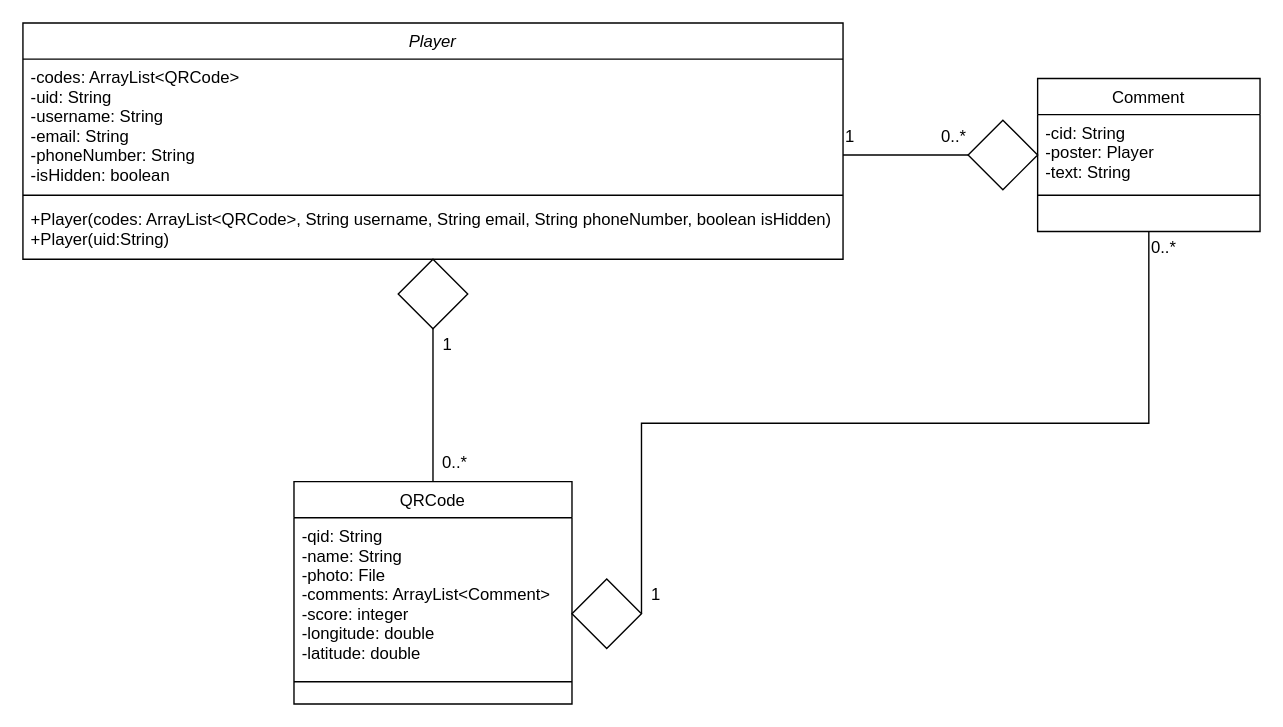
The draw.io diagram part3_temp_work/classdiagram.drawio in CMPUT301W23T18/Team18Project, before the edit. Source tidied: cells renumbered, new cells numbered last; positions are measured from the earlier drawing's top-left corner, leaving out a move shared by most shapes. Both pictures are drawn from the tidied source at 139%, with x=0, y=0 at pixel (22, 22).
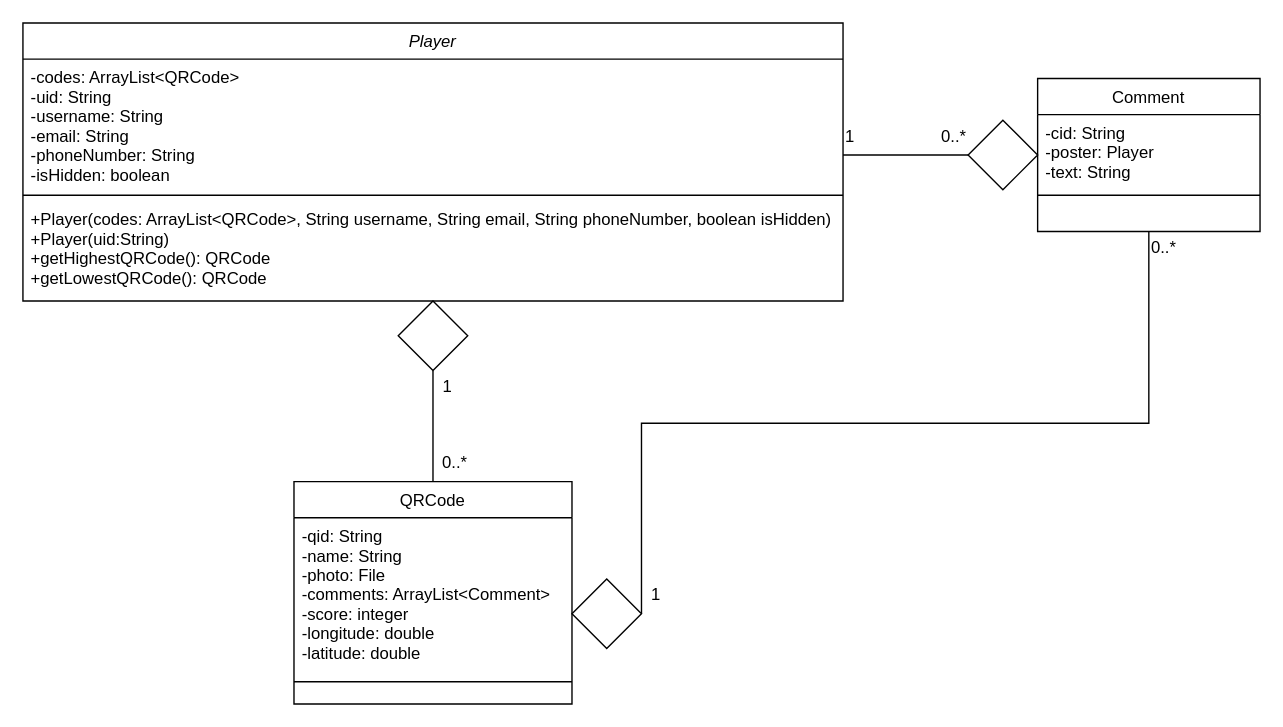
After the change.

Commit message:
Update player diagram UML

The change refers to these unchanged cells:
```xml
<mxCell id="16" style="group;" parent="1" vertex="1">
  <mxGeometry width="590" height="220" as="geometry" />
</mxCell>
```

Diff of the diagram source:
```diff
@@
     <mxCell id="17" value="Player" style="swimlane;fontStyle=2;align=center;verticalAlign=top;horizontal=1;startSize=26;rounded=0;shadow=0;strokeWidth=1;" parent="16" vertex="1">
-      <mxGeometry width="590" height="170" as="geometry" />
+      <mxGeometry width="590" height="200" as="geometry" />
     </mxCell>
@@
-    <mxCell id="20" value="+Player(codes: ArrayList&lt;QRCode&gt;, String username, String email, String phoneNumber, boolean isHidden)&#10;+Player(uid:String)" style="text;align=left;verticalAlign=top;spacingLeft=4;spacingRight=4;overflow=hidden;" parent="17" vertex="1">
-      <mxGeometry y="128" width="590" height="42" as="geometry" />
+    <mxCell id="20" value="+Player(codes: ArrayList&lt;QRCode&gt;, String username, String email, String phoneNumber, boolean isHidden)&#10;+Player(uid:String)&#10;+getHighestQRCode(): QRCode&#10;+getLowestQRCode(): QRCode&#10;" style="text;align=left;verticalAlign=top;spacingLeft=4;spacingRight=4;overflow=hidden;" parent="17" vertex="1">
+      <mxGeometry y="128" width="590" height="72" as="geometry" />
     </mxCell>
     <mxCell id="21" style="rhombus;whiteSpace=wrap;html=1;" parent="16" vertex="1">
-      <mxGeometry x="270" y="170" width="50" height="50" as="geometry" />
+      <mxGeometry x="270" y="200" width="50" height="50" as="geometry" />
     </mxCell>
```
